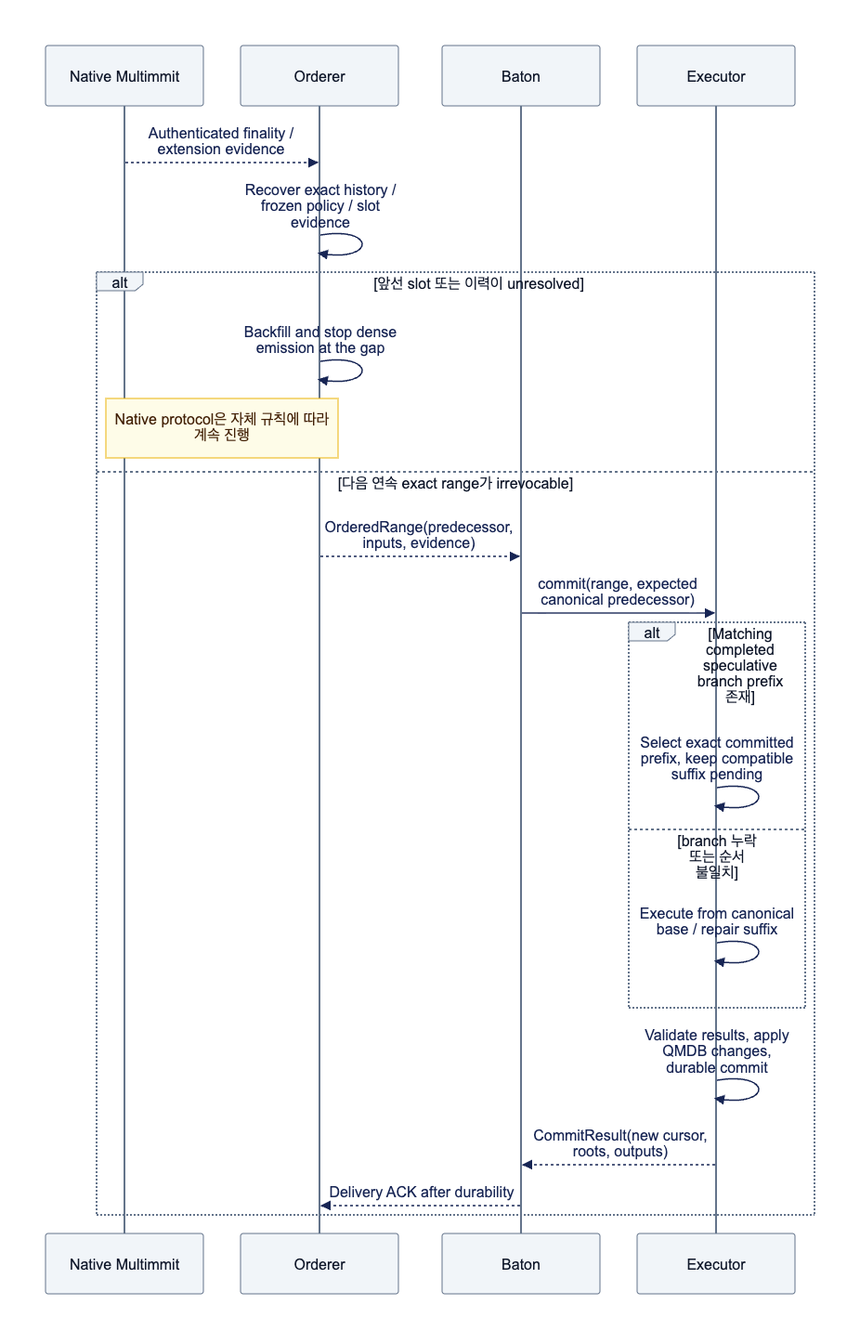
This is assets/diagrams/diagram-08.png from djm07073/baton-research, a Mermaid export, as it was before one commit. Its source is kept beside it as assets/diagrams/diagram-08.mmd.
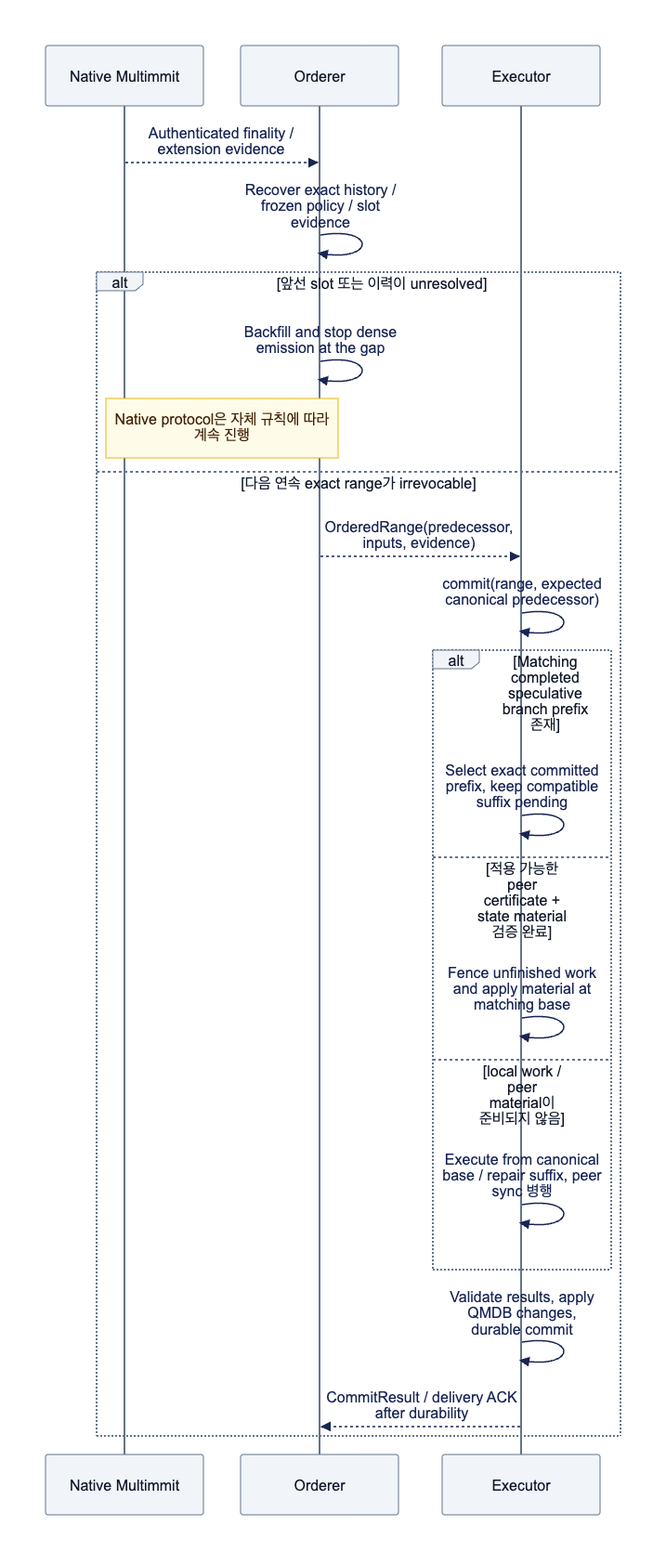
Above is the later version.

Change to the diagram source:
```diff
@@ -1,7 +1,6 @@
 sequenceDiagram
     participant N as Native Multimmit
     participant M as Orderer
-    participant B as Baton
     participant E as Executor
     N-->>M: Authenticated finality / extension evidence
     M->>M: Recover exact history / frozen policy / slot evidence
@@ -9,14 +8,15 @@
         M->>M: Backfill and stop dense emission at the gap
         Note over N,M: Native protocol은 자체 규칙에 따라 계속 진행
     else 다음 연속 exact range가 irrevocable
-        M-->>B: OrderedRange(predecessor, inputs, evidence)
-        B->>E: commit(range, expected canonical predecessor)
+        M-->>E: OrderedRange(predecessor, inputs, evidence)
+        E->>E: commit(range, expected canonical predecessor)
         alt Matching completed speculative branch prefix 존재
             E->>E: Select exact committed prefix, keep compatible suffix pending
-        else branch 누락 또는 순서 불일치
-            E->>E: Execute from canonical base / repair suffix
+        else 적용 가능한 peer certificate + state material 검증 완료
+            E->>E: Fence unfinished work and apply material at matching base
+        else local work / peer material이 준비되지 않음
+            E->>E: Execute from canonical base / repair suffix, peer sync 병행
         end
         E->>E: Validate results, apply QMDB changes, durable commit
-        E-->>B: CommitResult(new cursor, roots, outputs)
-        B-->>M: Delivery ACK after durability
+        E-->>M: CommitResult / delivery ACK after durability
     end
```
